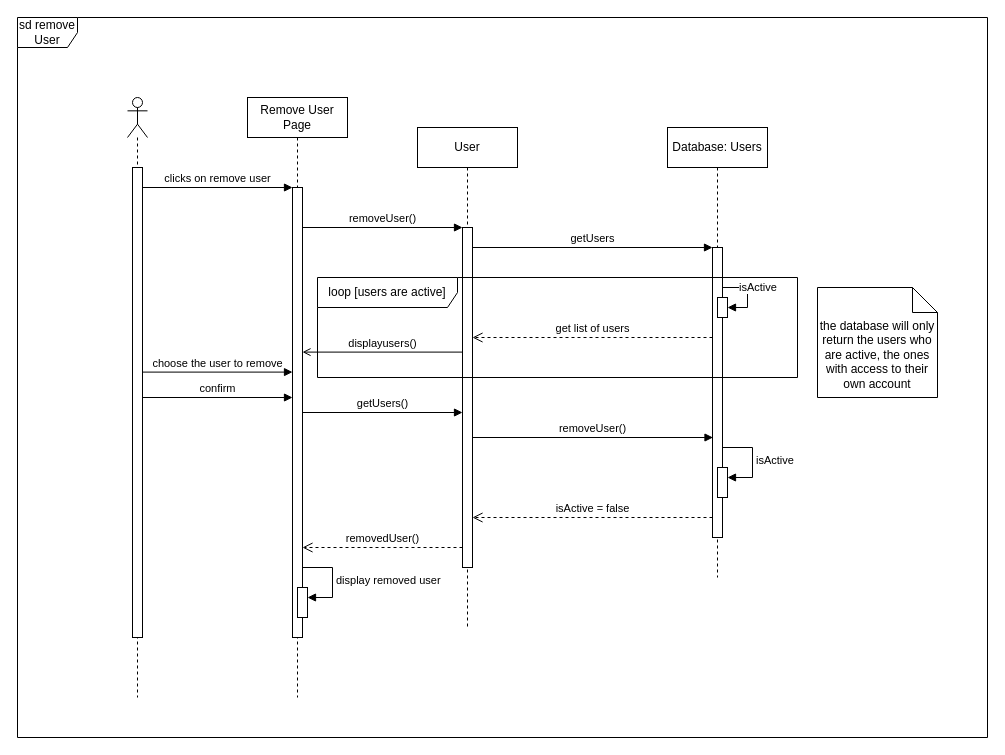
Above: Deliverable 3/RemoveUserUser.drawio in JuicyJ4Y0/Team17Deliverables (draw.io), before the change. Source tidied: cells renumbered, new cells numbered last; positions are measured from the earlier drawing's top-left corner, leaving out a move shared by most shapes. Both pictures are drawn from the tidied source at 100%, with x=0, y=0 at pixel (17, 17).
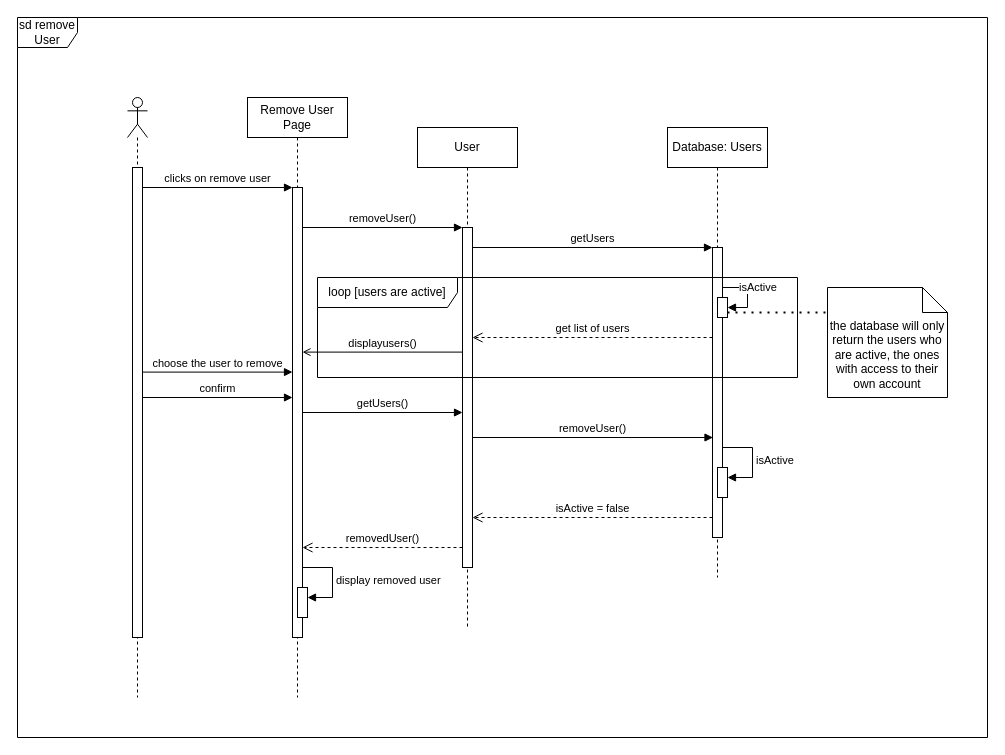
The same diagram, later.

Unchanged cells that the change refers to:
```xml
<mxCell id="10" style="html=1;points=[[0,0,0,0,5],[0,1,0,0,-5],[1,0,0,0,5],[1,1,0,0,-5]];perimeter=orthogonalPerimeter;outlineConnect=0;targetShapes=umlLifeline;portConstraint=eastwest;newEdgeStyle={&quot;curved&quot;:0,&quot;rounded&quot;:0};" parent="8" vertex="1">
  <mxGeometry x="50" y="170" width="10" height="20" as="geometry" />
</mxCell>
```

The edit, as a diff of the source:
```diff
@@
     <mxCell id="24" value="the database will only return the users who are active, the ones with access to their own account" style="shape=note2;boundedLbl=1;whiteSpace=wrap;html=1;size=25;verticalAlign=top;align=center;" parent="1" vertex="1">
-      <mxGeometry x="800" y="270" width="120" height="110" as="geometry" />
+      <mxGeometry x="810" y="270" width="120" height="110" as="geometry" />
     </mxCell>
@@
+    <mxCell id="30" style="endArrow=none;dashed=1;html=1;dashPattern=1 3;strokeWidth=2;rounded=0;exitX=1;exitY=1;exitDx=0;exitDy=-5;exitPerimeter=0;" parent="1" edge="1" source="10">
+      <mxGeometry relative="1" as="geometry">
+        <mxPoint x="810" y="295" as="targetPoint" />
+      </mxGeometry>
+    </mxCell>
```
